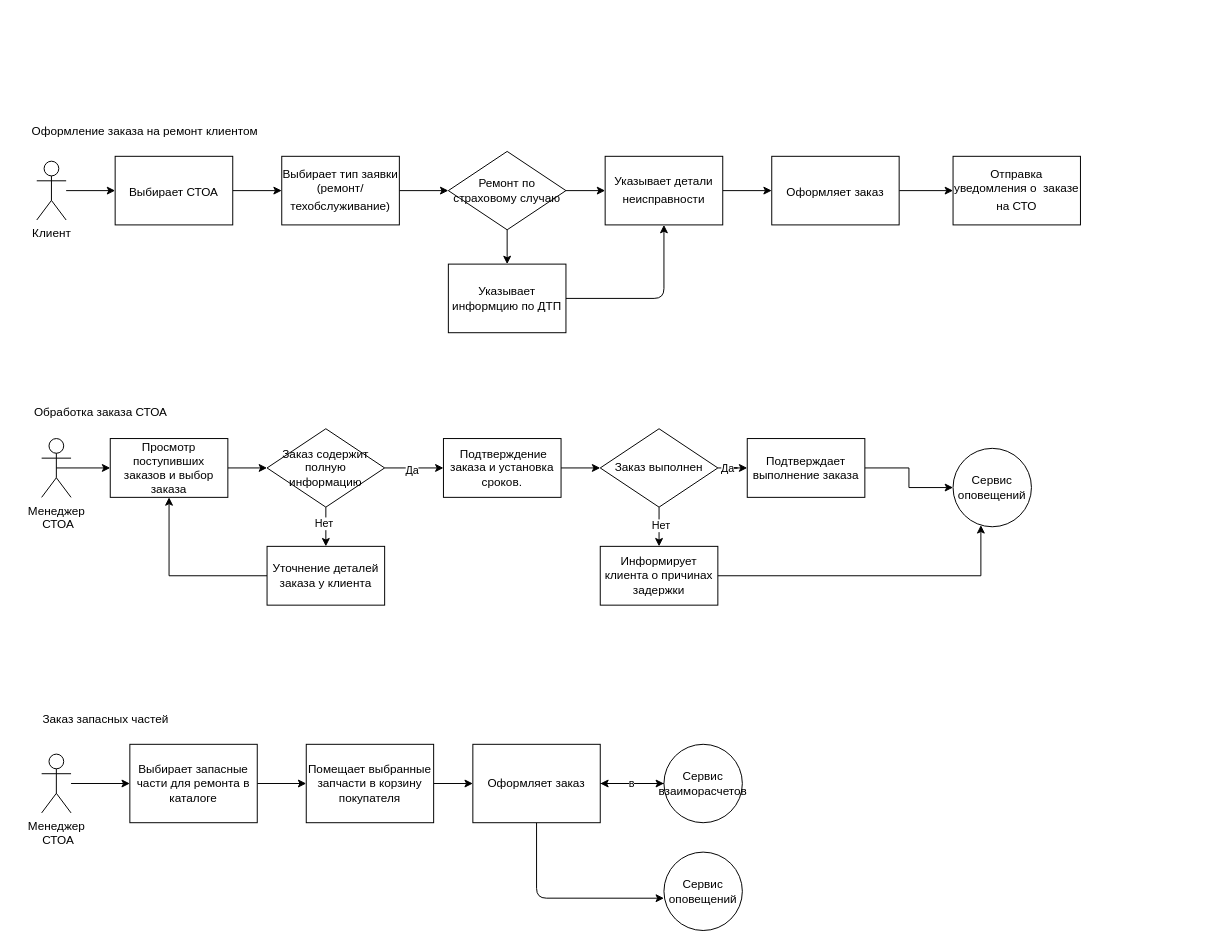
Before: 2.Solution/2 Functional decomposition.drawio in samsonovsa/OtusArhitectureFinalProject, a draw.io diagram. Source tidied: cells renumbered, new cells numbered last; positions are measured from the earlier drawing's top-left corner, leaving out a move shared by most shapes. Both pictures are drawn from the tidied source at 98%, with x=0, y=0 at pixel (22, 117).
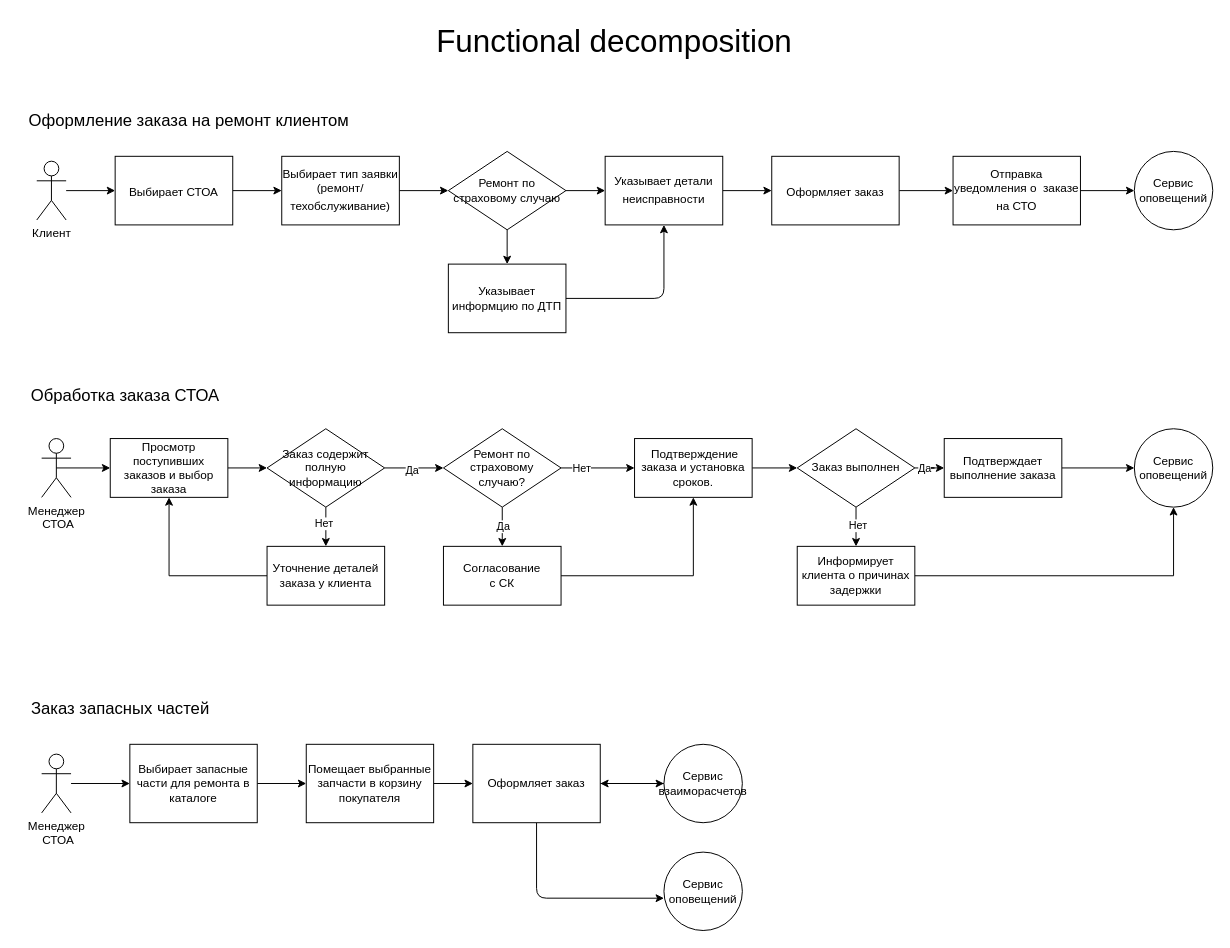
The same diagram, later.

Unchanged cells that the change refers to:
```xml
<mxCell id="25" value="Оформляет заказ" style="rounded=0;whiteSpace=wrap;html=1;" parent="1" vertex="1">
  <mxGeometry x="460" y="640" width="130" height="80" as="geometry" />
</mxCell>
<mxCell id="34" value="Заказ содержит полную информацию" style="rhombus;whiteSpace=wrap;html=1;" parent="1" vertex="1">
  <mxGeometry x="250" y="318" width="120" height="80" as="geometry" />
</mxCell>
<mxCell id="48" value="Сервис взаиморасчетов" style="ellipse;whiteSpace=wrap;html=1;" parent="1" vertex="1">
  <mxGeometry x="655" y="640" width="80" height="80" as="geometry" />
</mxCell>
<mxCell id="54" value="&lt;div style=&quot;&quot;&gt;Отправка уведомления о&amp;nbsp; заказе на СТО&lt;font face=&quot;Söhne, ui-sans-serif, system-ui, -apple-system, Segoe UI, Roboto, Ubuntu, Cantarell, Noto Sans, sans-serif, Helvetica Neue, Arial, Apple Color Emoji, Segoe UI Emoji, Segoe UI Symbol, Noto Color Emoji&quot; color=&quot;#374151&quot;&gt;&lt;span style=&quot;font-size: 16px;&quot;&gt;&lt;br&gt;&lt;/span&gt;&lt;/font&gt;&lt;/div&gt;" style="whiteSpace=wrap;html=1;" parent="1" vertex="1">
  <mxGeometry x="950" y="40" width="130" height="70" as="geometry" />
</mxCell>
```

The edit, as a diff of the source:
```diff
@@
-    <mxCell id="2" value="Оформление заказа на ремонт клиентом" style="text;html=1;align=center;verticalAlign=middle;strokeColor=none;fillColor=none;" parent="1" vertex="1">
-      <mxGeometry width="250" height="30" as="geometry" />
+    <mxCell id="2" value="Оформление заказа на ремонт клиентом" style="text;html=1;align=center;verticalAlign=middle;strokeColor=none;fillColor=none;fontSize=17;" parent="1" vertex="1">
+      <mxGeometry x="-5" y="-10" width="350" height="30" as="geometry" />
     </mxCell>
@@
-    <mxCell id="11" value="Обработка заказа СТОА" style="text;html=1;align=center;verticalAlign=middle;strokeColor=none;fillColor=none;" parent="1" vertex="1">
-      <mxGeometry y="286" width="160" height="30" as="geometry" />
+    <mxCell id="11" value="Обработка заказа СТОА" style="text;html=1;align=center;verticalAlign=middle;strokeColor=none;fillColor=none;fontSize=17;" parent="1" vertex="1">
+      <mxGeometry x="-5" y="270" width="220" height="30" as="geometry" />
     </mxCell>
@@
-    <mxCell id="14" style="edgeStyle=orthogonalEdgeStyle;rounded=0;jettySize=auto;html=1;" parent="1" edge="1" source="15" target="41">
+    <mxCell id="14" style="edgeStyle=orthogonalEdgeStyle;rounded=0;jettySize=auto;html=1;exitX=1;exitY=0.5;exitDx=0;exitDy=0;entryX=0;entryY=0.5;entryDx=0;entryDy=0;" parent="1" edge="1" source="15" target="41">
       <mxGeometry relative="1" as="geometry" />
     </mxCell>
     <mxCell id="15" value="&amp;nbsp;Подтверждение заказа и установка сроков." style="whiteSpace=wrap;html=1;" parent="1" vertex="1">
-      <mxGeometry x="430" y="328" width="120" height="60" as="geometry" />
+      <mxGeometry x="625" y="328" width="120" height="60" as="geometry" />
     </mxCell>
@@
     <mxCell id="17" value="Подтверждает выполнение заказа" style="whiteSpace=wrap;html=1;" parent="1" vertex="1">
-      <mxGeometry x="740" y="328" width="120" height="60" as="geometry" />
+      <mxGeometry x="941" y="328" width="120" height="60" as="geometry" />
     </mxCell>
-    <mxCell id="18" value="Заказ запасных частей" style="text;html=1;align=center;verticalAlign=middle;strokeColor=none;fillColor=none;" parent="1" vertex="1">
-      <mxGeometry x="10" y="600" width="150" height="30" as="geometry" />
+    <mxCell id="18" value="Заказ запасных частей" style="text;html=1;align=center;verticalAlign=middle;strokeColor=none;fillColor=none;fontSize=17;" parent="1" vertex="1">
+      <mxGeometry x="-5" y="590" width="210" height="30" as="geometry" />
     </mxCell>
@@
-    <mxCell id="30" style="edgeStyle=orthogonalEdgeStyle;rounded=0;jettySize=auto;html=1;" parent="1" edge="1" source="34" target="15">
+    <mxCell id="30" style="edgeStyle=orthogonalEdgeStyle;rounded=0;jettySize=auto;html=1;entryX=0;entryY=0.5;entryDx=0;entryDy=0;" parent="1" edge="1" source="34" target="65">
       <mxGeometry relative="1" as="geometry" />
     </mxCell>
@@
     <mxCell id="41" value="Заказ выполнен" style="rhombus;whiteSpace=wrap;html=1;" parent="1" vertex="1">
-      <mxGeometry x="590" y="318" width="120" height="80" as="geometry" />
+      <mxGeometry x="791" y="318" width="120" height="80" as="geometry" />
     </mxCell>
     <mxCell id="42" value="Сервис оповещений" style="ellipse;whiteSpace=wrap;html=1;" parent="1" vertex="1">
-      <mxGeometry x="950" y="338" width="80" height="80" as="geometry" />
+      <mxGeometry x="1135" y="318" width="80" height="80" as="geometry" />
     </mxCell>
     <mxCell id="43" value="Информирует клиента о причинах задержки" style="whiteSpace=wrap;html=1;" parent="1" vertex="1">
-      <mxGeometry x="590" y="438" width="120" height="60" as="geometry" />
+      <mxGeometry x="791" y="438" width="120" height="60" as="geometry" />
     </mxCell>
-    <mxCell id="44" style="edgeStyle=orthogonalEdgeStyle;rounded=0;jettySize=auto;html=1;exitX=1;exitY=0.5;exitDx=0;exitDy=0;entryX=0.355;entryY=0.98;entryDx=0;entryDy=0;entryPerimeter=0;" parent="1" edge="1" source="43" target="42">
+    <mxCell id="44" style="edgeStyle=orthogonalEdgeStyle;rounded=0;jettySize=auto;html=1;exitX=1;exitY=0.5;exitDx=0;exitDy=0;entryX=0.5;entryY=1;entryDx=0;entryDy=0;" parent="1" edge="1" source="43" target="42">
       <mxGeometry relative="1" as="geometry" />
     </mxCell>
@@
-    <mxCell id="47" value="в" style="edgeStyle=none;html=1;" parent="1" edge="1" source="48" target="25">
+    <mxCell id="47" style="edgeStyle=none;html=1;" parent="1" edge="1" source="48" target="25">
       <mxGeometry relative="1" as="geometry" />
     </mxCell>
@@
+    <mxCell id="56" style="edgeStyle=orthogonalEdgeStyle;rounded=0;jettySize=auto;html=1;exitX=1;exitY=0.5;exitDx=0;exitDy=0;entryX=0;entryY=0.5;entryDx=0;entryDy=0;" parent="1" edge="1" source="54" target="58">
+      <mxGeometry relative="1" as="geometry" />
+    </mxCell>
@@
+    <mxCell id="57" value="Functional decomposition" style="text;html=1;align=center;verticalAlign=middle;strokeColor=none;fillColor=none;fontSize=32;" parent="1" vertex="1">
+      <mxGeometry x="409" y="-102" width="390" height="50" as="geometry" />
+    </mxCell>
+    <mxCell id="58" value="Сервис оповещений" style="ellipse;whiteSpace=wrap;html=1;" parent="1" vertex="1">
+      <mxGeometry x="1135" y="35" width="80" height="80" as="geometry" />
+    </mxCell>
+    <mxCell id="59" style="edgeStyle=orthogonalEdgeStyle;rounded=0;jettySize=auto;html=1;entryX=0.5;entryY=1;entryDx=0;entryDy=0;" parent="1" edge="1" source="60" target="15">
+      <mxGeometry relative="1" as="geometry" />
+    </mxCell>
+    <mxCell id="60" value="Согласование &lt;br&gt;с СК" style="whiteSpace=wrap;html=1;" parent="1" vertex="1">
+      <mxGeometry x="430" y="438" width="120" height="60" as="geometry" />
+    </mxCell>
+    <mxCell id="61" style="edgeStyle=orthogonalEdgeStyle;rounded=0;jettySize=auto;html=1;entryX=0;entryY=0.5;entryDx=0;entryDy=0;" parent="1" edge="1" source="65" target="15">
+      <mxGeometry relative="1" as="geometry" />
+    </mxCell>
+    <mxCell id="62" value="Нет" style="edgeLabel;html=1;align=center;verticalAlign=middle;" parent="61" vertex="1">
+      <mxGeometry x="-0.47" relative="1" as="geometry" />
+    </mxCell>
+    <mxCell id="63" style="edgeStyle=orthogonalEdgeStyle;rounded=0;jettySize=auto;html=1;exitX=0.5;exitY=1;exitDx=0;exitDy=0;entryX=0.5;entryY=0;entryDx=0;entryDy=0;" parent="1" edge="1" source="65" target="60">
+      <mxGeometry relative="1" as="geometry" />
+    </mxCell>
+    <mxCell id="64" value="Да" style="edgeLabel;html=1;align=center;verticalAlign=middle;" parent="63" vertex="1">
+      <mxGeometry x="-0.07" relative="1" as="geometry" />
+    </mxCell>
+    <mxCell id="65" value="Ремонт по страховому &lt;br&gt;случаю?" style="rhombus;whiteSpace=wrap;html=1;" parent="1" vertex="1">
+      <mxGeometry x="430" y="318" width="120" height="80" as="geometry" />
+    </mxCell>
```
